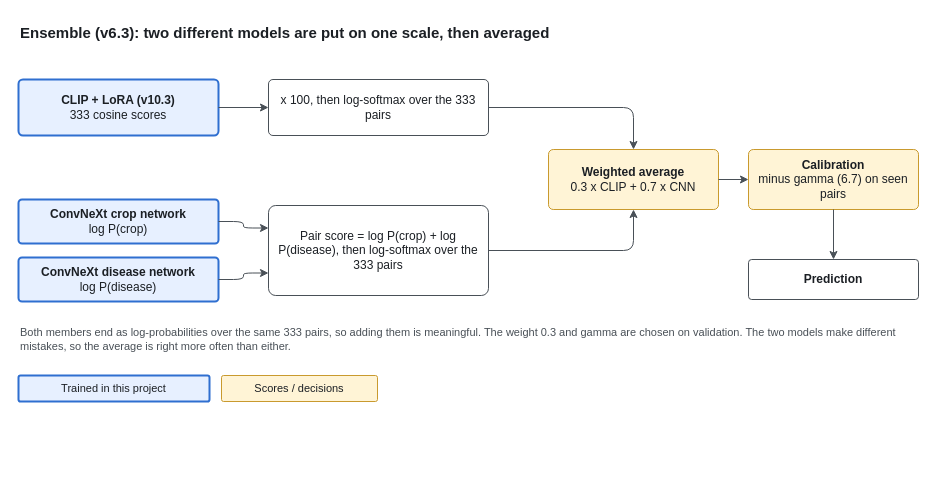
The draw.io diagram docs/vlm/diagrams/breakdown/fig10_ensemble.drawio in Suerfine/Out-Of-Distribution-Plant-Disease-Identification, before the edit. Source tidied: cells renumbered, new cells numbered last; positions are measured from the earlier drawing's top-left corner, leaving out a move shared by most shapes. Both pictures are drawn from the tidied source at 100%, with x=0, y=0 at pixel (18, 17).
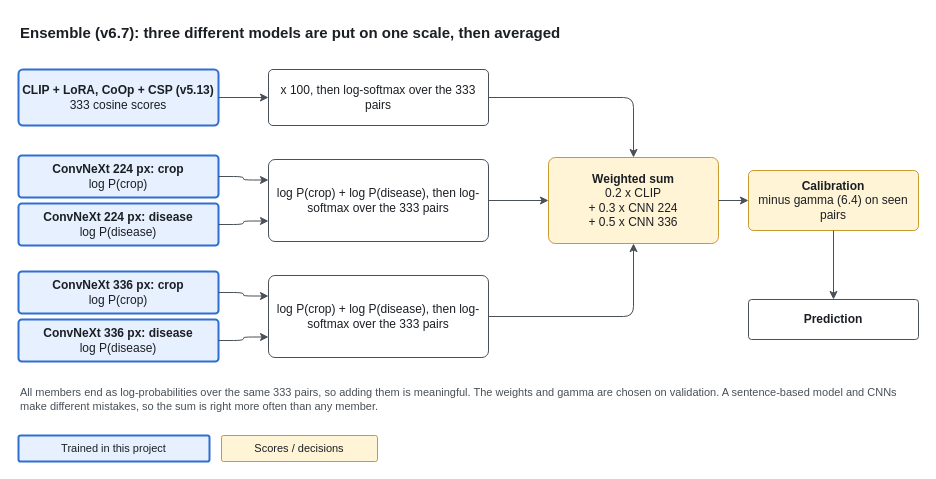
The same diagram, later.

Diff of the diagram source:
```diff
@@
-    <mxCell id="2" value="&lt;b&gt;Ensemble (v6.3): two different models are put on one scale, then averaged&lt;/b&gt;" style="text;html=1;whiteSpace=wrap;verticalAlign=middle;fontFamily=Helvetica;fontSize=12;fontColor=#1B1F24;fontSize=15;align=left;fontColor=#1B1F24;" parent="1" vertex="1">
+    <mxCell id="2" value="&lt;b&gt;Ensemble (v6.7): three different models are put on one scale, then averaged&lt;/b&gt;" style="text;html=1;whiteSpace=wrap;verticalAlign=middle;fontFamily=Helvetica;fontSize=12;fontColor=#1B1F24;fontSize=15;align=left;fontColor=#1B1F24;" parent="1" vertex="1">
       <mxGeometry width="900" height="30" as="geometry" />
     </mxCell>
-    <mxCell id="3" value="&lt;b&gt;CLIP + LoRA (v10.3)&lt;/b&gt;&lt;br&gt;333 cosine scores" style="rounded=1;arcSize=8;whiteSpace=wrap;html=1;fontFamily=Helvetica;fontSize=12;fontColor=#1B1F24;fillColor=#E7F0FF;strokeColor=#2F6FD0;strokeWidth=2;" parent="1" vertex="1">
-      <mxGeometry y="62" width="200" height="56" as="geometry" />
+    <mxCell id="3" value="&lt;b&gt;CLIP + LoRA, CoOp + CSP (v5.13)&lt;/b&gt;&lt;br&gt;333 cosine scores" style="rounded=1;arcSize=8;whiteSpace=wrap;html=1;fontFamily=Helvetica;fontSize=12;fontColor=#1B1F24;fillColor=#E7F0FF;strokeColor=#2F6FD0;strokeWidth=2;" parent="1" vertex="1">
+      <mxGeometry y="52" width="200" height="56" as="geometry" />
     </mxCell>
     <mxCell id="4" value="x 100, then log-softmax over the 333 pairs" style="rounded=1;arcSize=8;whiteSpace=wrap;html=1;fontFamily=Helvetica;fontSize=12;fontColor=#1B1F24;fillColor=#FFFFFF;strokeColor=#495057;" parent="1" vertex="1">
-      <mxGeometry x="250" y="62" width="220" height="56" as="geometry" />
+      <mxGeometry x="250" y="52" width="220" height="56" as="geometry" />
     </mxCell>
-    <mxCell id="5" value="&lt;b&gt;ConvNeXt crop network&lt;/b&gt;&lt;br&gt;log P(crop)" style="rounded=1;arcSize=8;whiteSpace=wrap;html=1;fontFamily=Helvetica;fontSize=12;fontColor=#1B1F24;fillColor=#E7F0FF;strokeColor=#2F6FD0;strokeWidth=2;" parent="1" vertex="1">
-      <mxGeometry y="182" width="200" height="44" as="geometry" />
+    <mxCell id="5" value="&lt;b&gt;ConvNeXt 224 px: crop&lt;/b&gt;&lt;br&gt;log P(crop)" style="rounded=1;arcSize=8;whiteSpace=wrap;html=1;fontFamily=Helvetica;fontSize=12;fontColor=#1B1F24;fillColor=#E7F0FF;strokeColor=#2F6FD0;strokeWidth=2;" parent="1" vertex="1">
+      <mxGeometry y="138" width="200" height="42" as="geometry" />
     </mxCell>
-    <mxCell id="6" value="&lt;b&gt;ConvNeXt disease network&lt;/b&gt;&lt;br&gt;log P(disease)" style="rounded=1;arcSize=8;whiteSpace=wrap;html=1;fontFamily=Helvetica;fontSize=12;fontColor=#1B1F24;fillColor=#E7F0FF;strokeColor=#2F6FD0;strokeWidth=2;" parent="1" vertex="1">
-      <mxGeometry y="240" width="200" height="44" as="geometry" />
+    <mxCell id="6" value="&lt;b&gt;ConvNeXt 224 px: disease&lt;/b&gt;&lt;br&gt;log P(disease)" style="rounded=1;arcSize=8;whiteSpace=wrap;html=1;fontFamily=Helvetica;fontSize=12;fontColor=#1B1F24;fillColor=#E7F0FF;strokeColor=#2F6FD0;strokeWidth=2;" parent="1" vertex="1">
+      <mxGeometry y="186" width="200" height="42" as="geometry" />
     </mxCell>
-    <mxCell id="7" value="Pair score = log P(crop) + log P(disease), then log-softmax over the 333 pairs" style="rounded=1;arcSize=8;whiteSpace=wrap;html=1;fontFamily=Helvetica;fontSize=12;fontColor=#1B1F24;fillColor=#FFFFFF;strokeColor=#495057;" parent="1" vertex="1">
-      <mxGeometry x="250" y="188" width="220" height="90" as="geometry" />
+    <mxCell id="7" value="log P(crop) + log P(disease), then log-softmax over the 333 pairs" style="rounded=1;arcSize=8;whiteSpace=wrap;html=1;fontFamily=Helvetica;fontSize=12;fontColor=#1B1F24;fillColor=#FFFFFF;strokeColor=#495057;" parent="1" vertex="1">
+      <mxGeometry x="250" y="142" width="220" height="82" as="geometry" />
     </mxCell>
-    <mxCell id="8" value="&lt;b&gt;Weighted average&lt;/b&gt;&lt;br&gt;0.3 x CLIP + 0.7 x CNN" style="rounded=1;arcSize=8;whiteSpace=wrap;html=1;fontFamily=Helvetica;fontSize=12;fontColor=#1B1F24;fillColor=#FFF4D6;strokeColor=#C99A2E;" parent="1" vertex="1">
-      <mxGeometry x="530" y="132" width="170" height="60" as="geometry" />
+    <mxCell id="8" value="&lt;b&gt;ConvNeXt 336 px: crop&lt;/b&gt;&lt;br&gt;log P(crop)" style="rounded=1;arcSize=8;whiteSpace=wrap;html=1;fontFamily=Helvetica;fontSize=12;fontColor=#1B1F24;fillColor=#E7F0FF;strokeColor=#2F6FD0;strokeWidth=2;" parent="1" vertex="1">
+      <mxGeometry y="254" width="200" height="42" as="geometry" />
     </mxCell>
-    <mxCell id="9" value="&lt;b&gt;Calibration&lt;/b&gt;&lt;br&gt;minus gamma (6.7) on seen pairs" style="rounded=1;arcSize=8;whiteSpace=wrap;html=1;fontFamily=Helvetica;fontSize=12;fontColor=#1B1F24;fillColor=#FFF4D6;strokeColor=#C99A2E;" parent="1" vertex="1">
-      <mxGeometry x="730" y="132" width="170" height="60" as="geometry" />
+    <mxCell id="9" value="&lt;b&gt;ConvNeXt 336 px: disease&lt;/b&gt;&lt;br&gt;log P(disease)" style="rounded=1;arcSize=8;whiteSpace=wrap;html=1;fontFamily=Helvetica;fontSize=12;fontColor=#1B1F24;fillColor=#E7F0FF;strokeColor=#2F6FD0;strokeWidth=2;" parent="1" vertex="1">
+      <mxGeometry y="302" width="200" height="42" as="geometry" />
     </mxCell>
-    <mxCell id="10" value="&lt;b&gt;Prediction&lt;/b&gt;" style="rounded=1;arcSize=8;whiteSpace=wrap;html=1;fontFamily=Helvetica;fontSize=12;fontColor=#1B1F24;fillColor=#FFFFFF;strokeColor=#495057;" parent="1" vertex="1">
-      <mxGeometry x="730" y="242" width="170" height="40" as="geometry" />
+    <mxCell id="10" value="log P(crop) + log P(disease), then log-softmax over the 333 pairs" style="rounded=1;arcSize=8;whiteSpace=wrap;html=1;fontFamily=Helvetica;fontSize=12;fontColor=#1B1F24;fillColor=#FFFFFF;strokeColor=#495057;" parent="1" vertex="1">
+      <mxGeometry x="250" y="258" width="220" height="82" as="geometry" />
     </mxCell>
-    <mxCell id="11" style="edgeStyle=orthogonalEdgeStyle;rounded=1;html=1;strokeColor=#495057;fontFamily=Helvetica;fontSize=11;fontColor=#495057;labelBackgroundColor=#FFFFFF;endArrow=classic;exitX=1;exitY=0.5;exitDx=0;exitDy=0;entryX=0;entryY=0.5;entryDx=0;entryDy=0;" parent="1" edge="1" source="3" target="4">
-      <mxGeometry relative="1" as="geometry" />
-    </mxCell>
-    <mxCell id="12" style="edgeStyle=orthogonalEdgeStyle;rounded=1;html=1;strokeColor=#495057;fontFamily=Helvetica;fontSize=11;fontColor=#495057;labelBackgroundColor=#FFFFFF;endArrow=classic;exitX=1;exitY=0.5;exitDx=0;exitDy=0;entryX=0;entryY=0.25;entryDx=0;entryDy=0;" parent="1" edge="1" source="5" target="7">
-      <mxGeometry relative="1" as="geometry" />
-    </mxCell>
-    <mxCell id="13" style="edgeStyle=orthogonalEdgeStyle;rounded=1;html=1;strokeColor=#495057;fontFamily=Helvetica;fontSize=11;fontColor=#495057;labelBackgroundColor=#FFFFFF;endArrow=classic;exitX=1;exitY=0.5;exitDx=0;exitDy=0;entryX=0;entryY=0.75;entryDx=0;entryDy=0;" parent="1" edge="1" source="6" target="7">
-      <mxGeometry relative="1" as="geometry" />
-    </mxCell>
+    <mxCell id="21" value="&lt;b&gt;Weighted sum&lt;/b&gt;&lt;br&gt;0.2 x CLIP&lt;br&gt;+ 0.3 x CNN 224&lt;br&gt;+ 0.5 x CNN 336" style="rounded=1;arcSize=8;whiteSpace=wrap;html=1;fontFamily=Helvetica;fontSize=12;fontColor=#1B1F24;fillColor=#FFF4D6;strokeColor=#C99A2E;" parent="1" vertex="1">
+      <mxGeometry x="530" y="140" width="170" height="86" as="geometry" />
+    </mxCell>
+    <mxCell id="22" value="&lt;b&gt;Calibration&lt;/b&gt;&lt;br&gt;minus gamma (6.4) on seen pairs" style="rounded=1;arcSize=8;whiteSpace=wrap;html=1;fontFamily=Helvetica;fontSize=12;fontColor=#1B1F24;fillColor=#FFF4D6;strokeColor=#C99A2E;" parent="1" vertex="1">
+      <mxGeometry x="730" y="153" width="170" height="60" as="geometry" />
+    </mxCell>
+    <mxCell id="23" value="&lt;b&gt;Prediction&lt;/b&gt;" style="rounded=1;arcSize=8;whiteSpace=wrap;html=1;fontFamily=Helvetica;fontSize=12;fontColor=#1B1F24;fillColor=#FFFFFF;strokeColor=#495057;" parent="1" vertex="1">
+      <mxGeometry x="730" y="282" width="170" height="40" as="geometry" />
+    </mxCell>
-    <mxCell id="14" style="edgeStyle=orthogonalEdgeStyle;rounded=1;html=1;strokeColor=#495057;fontFamily=Helvetica;fontSize=11;fontColor=#495057;labelBackgroundColor=#FFFFFF;endArrow=classic;exitX=1;exitY=0.5;exitDx=0;exitDy=0;entryX=0.5;entryY=0;entryDx=0;entryDy=0;" parent="1" edge="1" source="4" target="8">
+    <mxCell id="14" style="edgeStyle=orthogonalEdgeStyle;rounded=1;html=1;strokeColor=#495057;fontFamily=Helvetica;fontSize=11;fontColor=#495057;labelBackgroundColor=#FFFFFF;endArrow=classic;exitX=1;exitY=0.5;exitDx=0;exitDy=0;entryX=0;entryY=0.5;entryDx=0;entryDy=0;" parent="1" edge="1" source="3" target="4">
       <mxGeometry relative="1" as="geometry" />
     </mxCell>
-    <mxCell id="15" style="edgeStyle=orthogonalEdgeStyle;rounded=1;html=1;strokeColor=#495057;fontFamily=Helvetica;fontSize=11;fontColor=#495057;labelBackgroundColor=#FFFFFF;endArrow=classic;exitX=1;exitY=0.5;exitDx=0;exitDy=0;entryX=0.5;entryY=1;entryDx=0;entryDy=0;" parent="1" edge="1" source="7" target="8">
+    <mxCell id="15" style="edgeStyle=orthogonalEdgeStyle;rounded=1;html=1;strokeColor=#495057;fontFamily=Helvetica;fontSize=11;fontColor=#495057;labelBackgroundColor=#FFFFFF;endArrow=classic;exitX=1;exitY=0.5;exitDx=0;exitDy=0;entryX=0;entryY=0.25;entryDx=0;entryDy=0;" parent="1" edge="1" source="5" target="7">
       <mxGeometry relative="1" as="geometry" />
     </mxCell>
-    <mxCell id="16" style="edgeStyle=orthogonalEdgeStyle;rounded=1;html=1;strokeColor=#495057;fontFamily=Helvetica;fontSize=11;fontColor=#495057;labelBackgroundColor=#FFFFFF;endArrow=classic;exitX=1;exitY=0.5;exitDx=0;exitDy=0;entryX=0;entryY=0.5;entryDx=0;entryDy=0;" parent="1" edge="1" source="8" target="9">
+    <mxCell id="16" style="edgeStyle=orthogonalEdgeStyle;rounded=1;html=1;strokeColor=#495057;fontFamily=Helvetica;fontSize=11;fontColor=#495057;labelBackgroundColor=#FFFFFF;endArrow=classic;exitX=1;exitY=0.5;exitDx=0;exitDy=0;entryX=0;entryY=0.75;entryDx=0;entryDy=0;" parent="1" edge="1" source="6" target="7">
       <mxGeometry relative="1" as="geometry" />
     </mxCell>
-    <mxCell id="17" style="edgeStyle=orthogonalEdgeStyle;rounded=1;html=1;strokeColor=#495057;fontFamily=Helvetica;fontSize=11;fontColor=#495057;labelBackgroundColor=#FFFFFF;endArrow=classic;exitX=0.5;exitY=1;exitDx=0;exitDy=0;entryX=0.5;entryY=0;entryDx=0;entryDy=0;" parent="1" edge="1" source="9" target="10">
+    <mxCell id="17" style="edgeStyle=orthogonalEdgeStyle;rounded=1;html=1;strokeColor=#495057;fontFamily=Helvetica;fontSize=11;fontColor=#495057;labelBackgroundColor=#FFFFFF;endArrow=classic;exitX=1;exitY=0.5;exitDx=0;exitDy=0;entryX=0;entryY=0.25;entryDx=0;entryDy=0;" parent="1" edge="1" source="8" target="10">
       <mxGeometry relative="1" as="geometry" />
     </mxCell>
-    <mxCell id="18" value="Both members end as log-probabilities over the same 333 pairs, so adding them is meaningful. The weight 0.3 and gamma are chosen on validation. The two models make different mistakes, so the average is right more often than either." style="text;html=1;whiteSpace=wrap;verticalAlign=middle;fontFamily=Helvetica;fontSize=12;fontColor=#1B1F24;fontSize=11;align=left;fontColor=#495057;" parent="1" vertex="1">
-      <mxGeometry y="302" width="900" height="40" as="geometry" />
-    </mxCell>
+    <mxCell id="24" style="edgeStyle=orthogonalEdgeStyle;rounded=1;html=1;strokeColor=#495057;fontFamily=Helvetica;fontSize=11;fontColor=#495057;labelBackgroundColor=#FFFFFF;endArrow=classic;exitX=1;exitY=0.5;exitDx=0;exitDy=0;entryX=0;entryY=0.75;entryDx=0;entryDy=0;" parent="1" edge="1" source="9" target="10">
+      <mxGeometry relative="1" as="geometry" />
+    </mxCell>
+    <mxCell id="25" style="edgeStyle=orthogonalEdgeStyle;rounded=1;html=1;strokeColor=#495057;fontFamily=Helvetica;fontSize=11;fontColor=#495057;labelBackgroundColor=#FFFFFF;endArrow=classic;exitX=1;exitY=0.5;exitDx=0;exitDy=0;entryX=0.5;entryY=0;entryDx=0;entryDy=0;" parent="1" edge="1" source="4" target="21">
+      <mxGeometry relative="1" as="geometry" />
+    </mxCell>
+    <mxCell id="26" style="edgeStyle=orthogonalEdgeStyle;rounded=1;html=1;strokeColor=#495057;fontFamily=Helvetica;fontSize=11;fontColor=#495057;labelBackgroundColor=#FFFFFF;endArrow=classic;exitX=1;exitY=0.5;exitDx=0;exitDy=0;entryX=0;entryY=0.5;entryDx=0;entryDy=0;" parent="1" edge="1" source="7" target="21">
+      <mxGeometry relative="1" as="geometry" />
+    </mxCell>
+    <mxCell id="27" style="edgeStyle=orthogonalEdgeStyle;rounded=1;html=1;strokeColor=#495057;fontFamily=Helvetica;fontSize=11;fontColor=#495057;labelBackgroundColor=#FFFFFF;endArrow=classic;exitX=1;exitY=0.5;exitDx=0;exitDy=0;entryX=0.5;entryY=1;entryDx=0;entryDy=0;" parent="1" edge="1" source="10" target="21">
+      <mxGeometry relative="1" as="geometry" />
+    </mxCell>
+    <mxCell id="28" style="edgeStyle=orthogonalEdgeStyle;rounded=1;html=1;strokeColor=#495057;fontFamily=Helvetica;fontSize=11;fontColor=#495057;labelBackgroundColor=#FFFFFF;endArrow=classic;exitX=1;exitY=0.5;exitDx=0;exitDy=0;entryX=0;entryY=0.5;entryDx=0;entryDy=0;" parent="1" edge="1" source="21" target="22">
+      <mxGeometry relative="1" as="geometry" />
+    </mxCell>
+    <mxCell id="29" style="edgeStyle=orthogonalEdgeStyle;rounded=1;html=1;strokeColor=#495057;fontFamily=Helvetica;fontSize=11;fontColor=#495057;labelBackgroundColor=#FFFFFF;endArrow=classic;exitX=0.5;exitY=1;exitDx=0;exitDy=0;entryX=0.5;entryY=0;entryDx=0;entryDy=0;" parent="1" edge="1" source="22" target="23">
+      <mxGeometry relative="1" as="geometry" />
+    </mxCell>
+    <mxCell id="30" value="All members end as log-probabilities over the same 333 pairs, so adding them is meaningful. The weights and gamma are chosen on validation. A sentence-based model and CNNs make different mistakes, so the sum is right more often than any member." style="text;html=1;whiteSpace=wrap;verticalAlign=middle;fontFamily=Helvetica;fontSize=12;fontColor=#1B1F24;fontSize=11;align=left;fontColor=#495057;" parent="1" vertex="1">
+      <mxGeometry y="362" width="900" height="40" as="geometry" />
+    </mxCell>
     <mxCell id="19" value="Trained in this project" style="rounded=1;arcSize=8;whiteSpace=wrap;html=1;fontFamily=Helvetica;fontSize=12;fontColor=#1B1F24;fillColor=#E7F0FF;strokeColor=#2F6FD0;strokeWidth=2;fontSize=11;" parent="1" vertex="1">
-      <mxGeometry y="358" width="191" height="26" as="geometry" />
+      <mxGeometry y="418" width="191" height="26" as="geometry" />
     </mxCell>
     <mxCell id="20" value="Scores / decisions" style="rounded=1;arcSize=8;whiteSpace=wrap;html=1;fontFamily=Helvetica;fontSize=12;fontColor=#1B1F24;fillColor=#FFF4D6;strokeColor=#C99A2E;fontSize=11;" parent="1" vertex="1">
-      <mxGeometry x="203" y="358" width="156" height="26" as="geometry" />
+      <mxGeometry x="203" y="418" width="156" height="26" as="geometry" />
     </mxCell>
```
